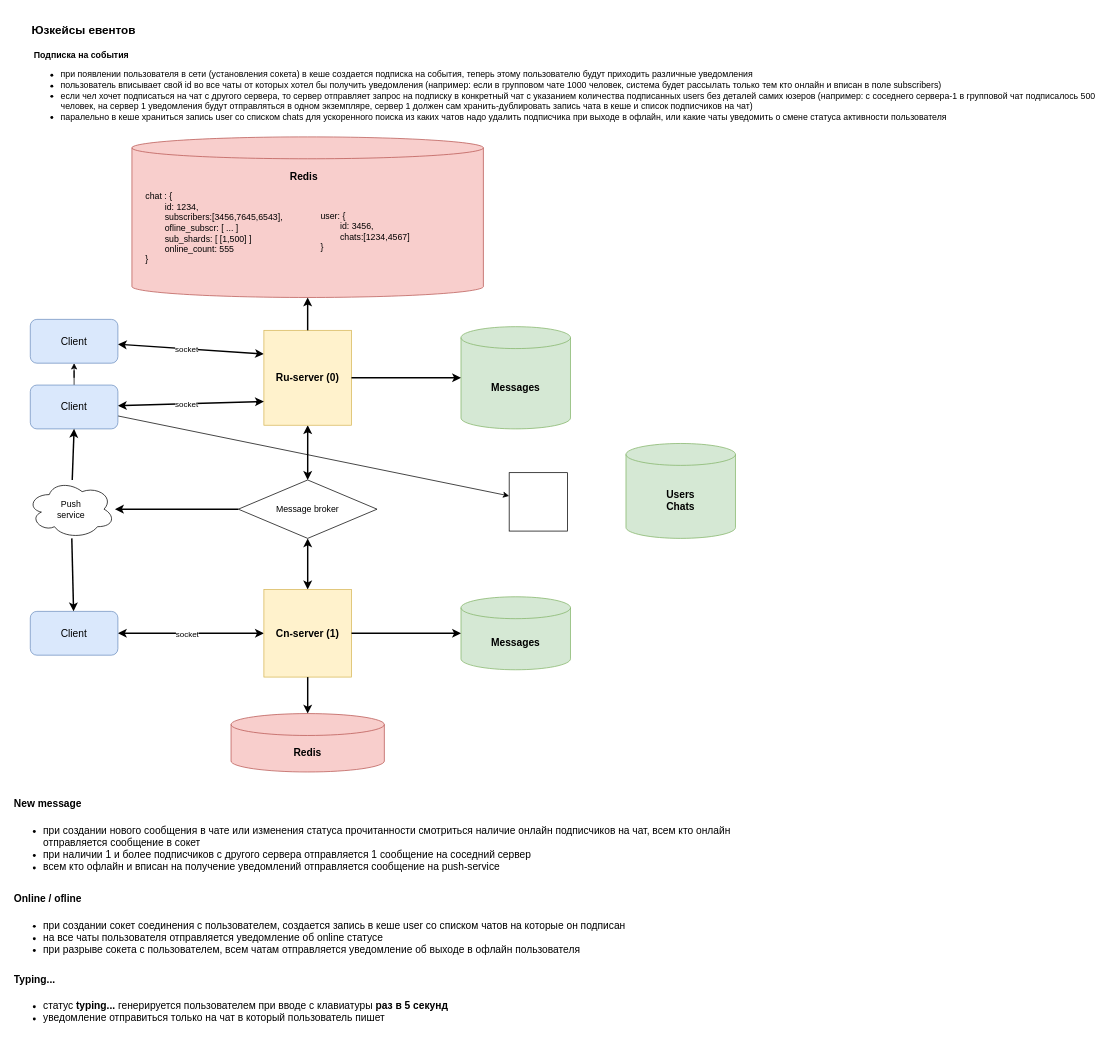
Earlier version of the draw.io diagram page "messenger (events)" (8 of 9) of architecture.drawio (KmnPetr/SysDesign). Source tidied: cells renumbered, new cells numbered last; positions are measured from the earlier drawing's top-left corner, leaving out a move shared by most shapes. Both pictures are drawn from the tidied source at 73%, with x=0, y=0 at pixel (12, 12).
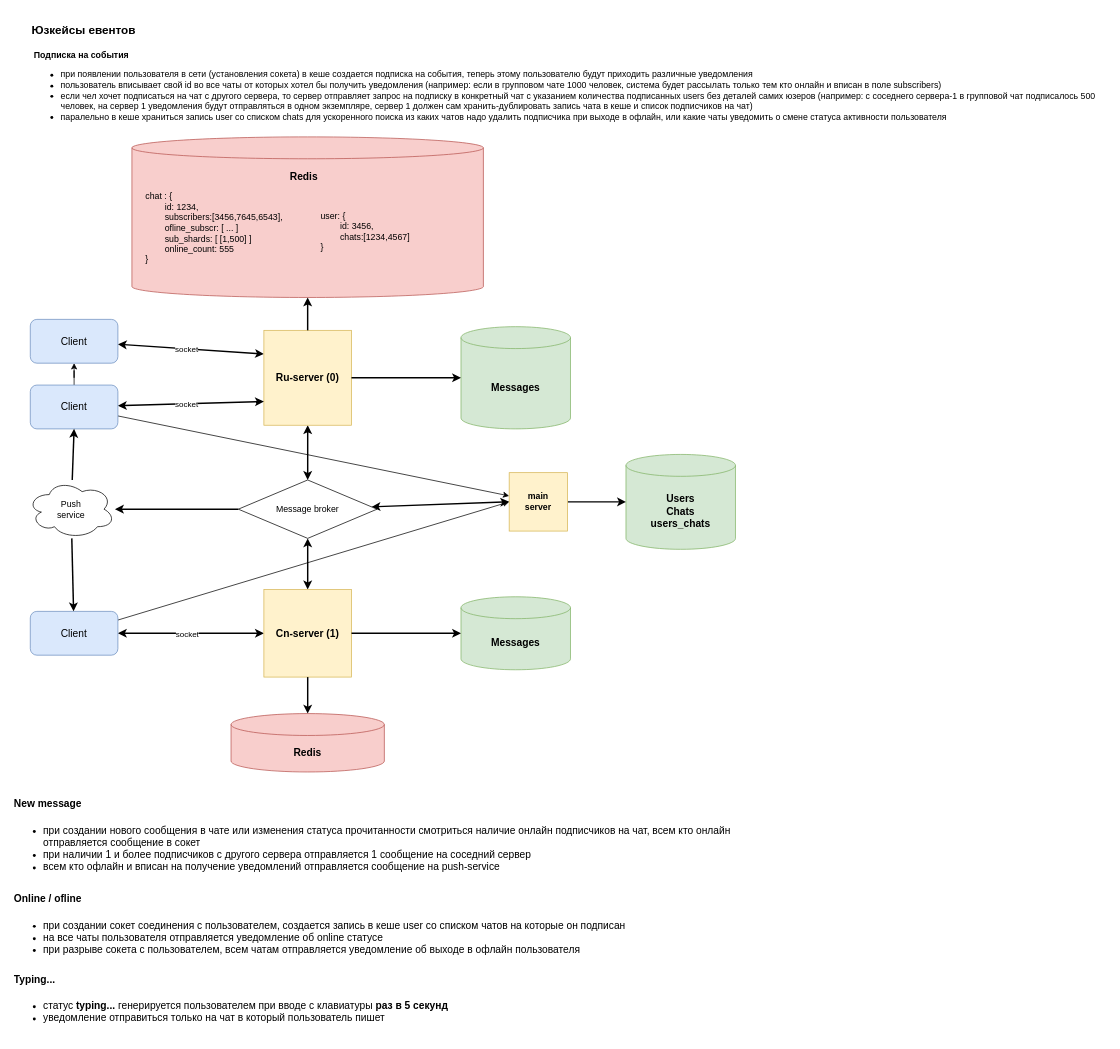
Above is the later version.

The change refers to these unchanged cells:
```xml
<mxCell id="6" value="&lt;font style=&quot;font-size: 14px;&quot;&gt;Client&lt;/font&gt;" style="rounded=1;whiteSpace=wrap;html=1;fillColor=#dae8fc;strokeColor=#6c8ebf;" parent="1" vertex="1">
  <mxGeometry x="24" y="820" width="120" height="60" as="geometry" />
</mxCell>
<mxCell id="29" value="Message broker" style="rhombus;whiteSpace=wrap;html=1;" parent="1" vertex="1">
  <mxGeometry x="309" y="640" width="190" height="80" as="geometry" />
</mxCell>
```

Diff of the diagram source:
```diff
@@
+    <mxCell id="39" style="rounded=0;jettySize=auto;html=1;entryX=0;entryY=0.5;entryDx=0;entryDy=0;" parent="1" edge="1" source="6" target="38">
+      <mxGeometry relative="1" as="geometry" />
+    </mxCell>
@@
+    <mxCell id="40" style="rounded=0;jettySize=auto;html=1;entryX=0;entryY=0.5;entryDx=0;entryDy=0;strokeWidth=2;startArrow=classic;startFill=1;" parent="1" edge="1" source="29" target="38">
+      <mxGeometry relative="1" as="geometry" />
+    </mxCell>
@@
-    <mxCell id="37" value="&lt;b style=&quot;font-size: 14px;&quot;&gt;Users&lt;br&gt;Chats&lt;/b&gt;" style="shape=cylinder3;whiteSpace=wrap;html=1;boundedLbl=1;backgroundOutline=1;size=15;fillColor=#d5e8d4;strokeColor=#82b366;" parent="1" vertex="1">
-      <mxGeometry x="840" y="590" width="150" height="130" as="geometry" />
+    <mxCell id="37" value="&lt;b style=&quot;font-size: 14px;&quot;&gt;Users&lt;br&gt;Chats&lt;/b&gt;&lt;div&gt;&lt;span style=&quot;font-size: 14px;&quot;&gt;&lt;b&gt;users_chats&lt;/b&gt;&lt;/span&gt;&lt;/div&gt;" style="shape=cylinder3;whiteSpace=wrap;html=1;boundedLbl=1;backgroundOutline=1;size=15;fillColor=#d5e8d4;strokeColor=#82b366;" parent="1" vertex="1">
+      <mxGeometry x="840" y="605" width="150" height="130" as="geometry" />
     </mxCell>
+    <mxCell id="41" style="edgeStyle=orthogonalEdgeStyle;rounded=0;jettySize=auto;html=1;strokeWidth=2;" parent="1" edge="1" source="38" target="37">
+      <mxGeometry relative="1" as="geometry" />
+    </mxCell>
-    <mxCell id="38" style="whiteSpace=wrap;html=1;" parent="1" vertex="1">
+    <mxCell id="38" value="&lt;b&gt;main&lt;br&gt;server&lt;/b&gt;" style="whiteSpace=wrap;html=1;fillColor=#fff2cc;strokeColor=#d6b656;" parent="1" vertex="1">
       <mxGeometry x="680" y="630" width="80" height="80" as="geometry" />
     </mxCell>
```
